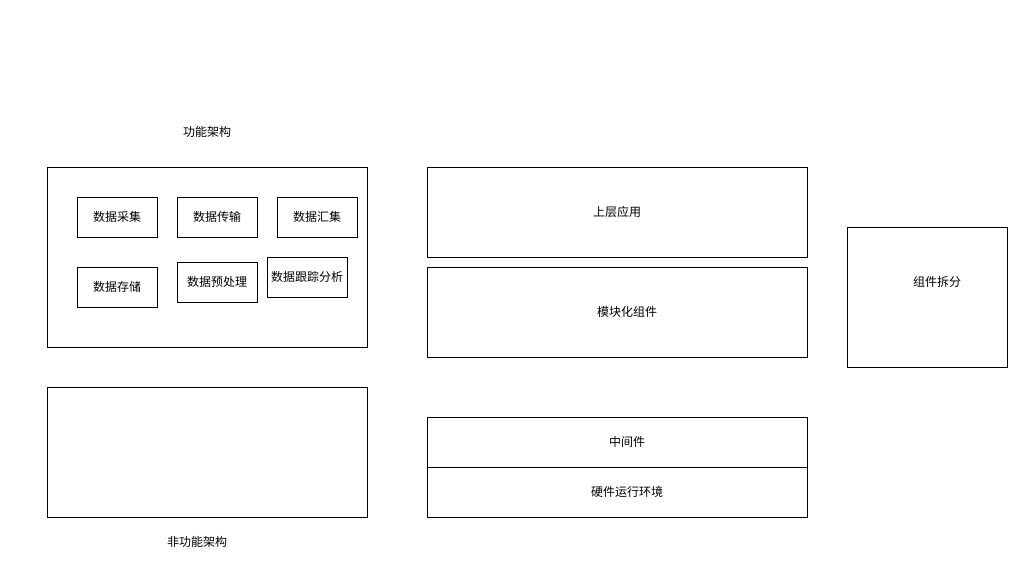
Before: page "第 16 页" (16 of 16) of drawio/eq_network.drawio in raingnight/Blog_Pic, a draw.io diagram. Source tidied: cells renumbered, new cells numbered last; positions are measured from the earlier drawing's top-left corner, leaving out a move shared by most shapes. Both pictures are drawn from the tidied source at 100%, with x=0, y=0 at pixel (47, 117).
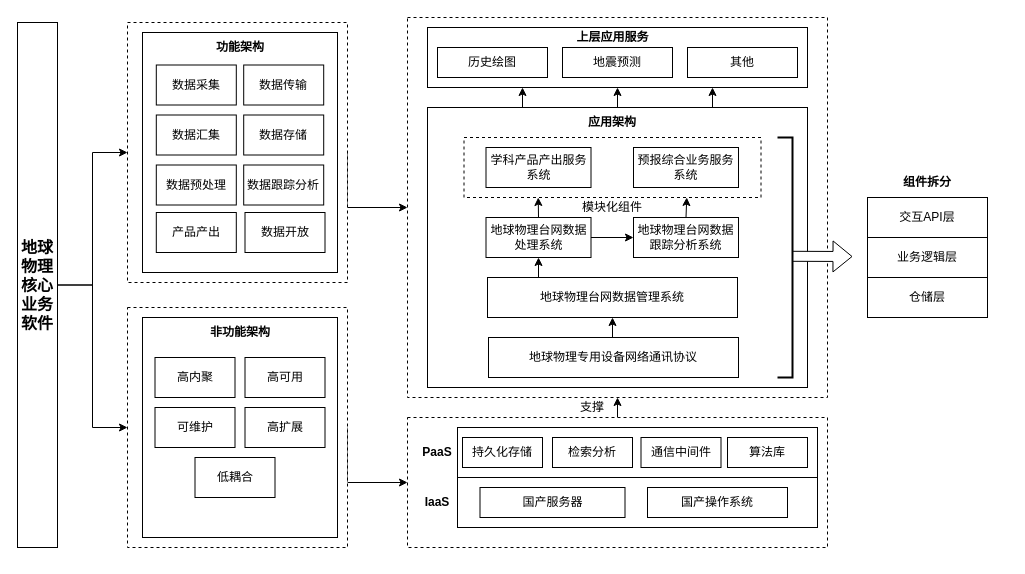
Above is the later version.

The edit, as a diff of the source:
```diff
@@
+    <mxCell id="22" style="edgeStyle=orthogonalEdgeStyle;rounded=0;jettySize=auto;html=1;exitX=0.5;exitY=0;exitDx=0;exitDy=0;entryX=0.5;entryY=1;entryDx=0;entryDy=0;" parent="1" edge="1" source="23" target="24">
+      <mxGeometry relative="1" as="geometry" />
+    </mxCell>
+    <mxCell id="23" style="rounded=0;whiteSpace=wrap;html=1;dashed=1;" parent="1" vertex="1">
+      <mxGeometry x="360" y="300" width="420" height="130" as="geometry" />
+    </mxCell>
+    <mxCell id="24" style="rounded=0;whiteSpace=wrap;html=1;dashed=1;" parent="1" vertex="1">
+      <mxGeometry x="360" y="-100" width="420" height="380" as="geometry" />
+    </mxCell>
+    <mxCell id="25" style="edgeStyle=orthogonalEdgeStyle;rounded=0;jettySize=auto;html=1;exitX=0.25;exitY=0;exitDx=0;exitDy=0;entryX=0.25;entryY=1;entryDx=0;entryDy=0;" parent="1" edge="1" source="7" target="8">
+      <mxGeometry relative="1" as="geometry" />
+    </mxCell>
+    <mxCell id="26" style="edgeStyle=orthogonalEdgeStyle;rounded=0;jettySize=auto;html=1;exitX=0.5;exitY=0;exitDx=0;exitDy=0;entryX=0.5;entryY=1;entryDx=0;entryDy=0;" parent="1" edge="1" source="7" target="8">
+      <mxGeometry relative="1" as="geometry" />
+    </mxCell>
+    <mxCell id="27" style="edgeStyle=orthogonalEdgeStyle;rounded=0;jettySize=auto;html=1;exitX=0.75;exitY=0;exitDx=0;exitDy=0;entryX=0.75;entryY=1;entryDx=0;entryDy=0;" parent="1" edge="1" source="7" target="8">
+      <mxGeometry relative="1" as="geometry" />
+    </mxCell>
+    <mxCell id="7" style="rounded=0;whiteSpace=wrap;html=1;" parent="1" vertex="1">
+      <mxGeometry x="380" y="-10" width="380" height="280" as="geometry" />
+    </mxCell>
+    <mxCell id="28" style="rounded=0;whiteSpace=wrap;html=1;dashed=1;" parent="1" vertex="1">
+      <mxGeometry x="416.5" y="20" width="297" height="60" as="geometry" />
+    </mxCell>
+    <mxCell id="29" style="edgeStyle=orthogonalEdgeStyle;rounded=0;jettySize=auto;html=1;exitX=1;exitY=0.5;exitDx=0;exitDy=0;entryX=0;entryY=0.5;entryDx=0;entryDy=0;" parent="1" edge="1" source="30" target="23">
+      <mxGeometry relative="1" as="geometry">
+        <Array as="points">
+          <mxPoint x="300" y="365" />
+        </Array>
+      </mxGeometry>
+    </mxCell>
+    <mxCell id="30" style="rounded=0;whiteSpace=wrap;html=1;dashed=1;" parent="1" vertex="1">
+      <mxGeometry x="80" y="190" width="220" height="240" as="geometry" />
+    </mxCell>
+    <mxCell id="31" style="edgeStyle=orthogonalEdgeStyle;rounded=0;jettySize=auto;html=1;exitX=1;exitY=0.5;exitDx=0;exitDy=0;" parent="1" edge="1" source="32" target="24">
+      <mxGeometry relative="1" as="geometry">
+        <Array as="points">
+          <mxPoint x="300" y="90" />
+        </Array>
+      </mxGeometry>
+    </mxCell>
+    <mxCell id="32" style="rounded=0;whiteSpace=wrap;html=1;dashed=1;" parent="1" vertex="1">
+      <mxGeometry x="80" y="-95" width="220" height="260" as="geometry" />
+    </mxCell>
     <mxCell id="2" style="rounded=0;whiteSpace=wrap;html=1;" parent="1" vertex="1">
-      <mxGeometry y="50" width="320" height="180" as="geometry" />
+      <mxGeometry x="95" y="-85" width="195" height="240" as="geometry" />
     </mxCell>
     <mxCell id="3" style="rounded=0;whiteSpace=wrap;html=1;" parent="1" vertex="1">
-      <mxGeometry y="270" width="320" height="130" as="geometry" />
+      <mxGeometry x="95" y="200" width="195" height="220" as="geometry" />
     </mxCell>
-    <mxCell id="4" value="功能架构" style="text;html=1;strokeColor=none;fillColor=none;align=center;verticalAlign=middle;whiteSpace=wrap;rounded=0;" parent="1" vertex="1">
-      <mxGeometry x="130" width="60" height="30" as="geometry" />
+    <mxCell id="4" value="功能架构" style="text;html=1;strokeColor=none;fillColor=none;align=center;verticalAlign=middle;whiteSpace=wrap;rounded=0;fontStyle=1;" parent="1" vertex="1">
+      <mxGeometry x="162.5" y="-85" width="60" height="30" as="geometry" />
     </mxCell>
-    <mxCell id="5" value="非功能架构" style="text;html=1;strokeColor=none;fillColor=none;align=center;verticalAlign=middle;whiteSpace=wrap;rounded=0;" parent="1" vertex="1">
-      <mxGeometry x="95" y="410" width="110" height="30" as="geometry" />
+    <mxCell id="5" value="非功能架构" style="text;html=1;strokeColor=none;fillColor=none;align=center;verticalAlign=middle;whiteSpace=wrap;rounded=0;fontStyle=1;" parent="1" vertex="1">
+      <mxGeometry x="137.5" y="200" width="110" height="30" as="geometry" />
     </mxCell>
     <mxCell id="6" style="rounded=0;whiteSpace=wrap;html=1;" parent="1" vertex="1">
-      <mxGeometry x="380" y="350" width="380" height="50" as="geometry" />
+      <mxGeometry x="410" y="360" width="360" height="50" as="geometry" />
     </mxCell>
-    <mxCell id="7" style="rounded=0;whiteSpace=wrap;html=1;" parent="1" vertex="1">
-      <mxGeometry x="380" y="150" width="380" height="90" as="geometry" />
-    </mxCell>
     <mxCell id="8" style="rounded=0;whiteSpace=wrap;html=1;" parent="1" vertex="1">
-      <mxGeometry x="380" y="50" width="380" height="90" as="geometry" />
+      <mxGeometry x="380" y="-90" width="380" height="60" as="geometry" />
     </mxCell>
-    <mxCell id="9" value="上层应用" style="text;html=1;strokeColor=none;fillColor=none;align=center;verticalAlign=middle;whiteSpace=wrap;rounded=0;" parent="1" vertex="1">
-      <mxGeometry x="540" y="80" width="60" height="30" as="geometry" />
+    <mxCell id="9" value="上层应用服务" style="text;html=1;strokeColor=none;fillColor=none;align=center;verticalAlign=middle;whiteSpace=wrap;rounded=0;fontStyle=1;" parent="1" vertex="1">
+      <mxGeometry x="512.5" y="-95" width="105" height="30" as="geometry" />
     </mxCell>
     <mxCell id="10" value="模块化组件" style="text;html=1;strokeColor=none;fillColor=none;align=center;verticalAlign=middle;whiteSpace=wrap;rounded=0;" parent="1" vertex="1">
-      <mxGeometry x="540" y="180" width="80" height="30" as="geometry" />
+      <mxGeometry x="525" y="75" width="80" height="30" as="geometry" />
     </mxCell>
     <mxCell id="11" style="rounded=0;whiteSpace=wrap;html=1;" parent="1" vertex="1">
-      <mxGeometry x="380" y="300" width="380" height="50" as="geometry" />
+      <mxGeometry x="410" y="310" width="360" height="50" as="geometry" />
     </mxCell>
-    <mxCell id="12" value="中间件" style="text;html=1;strokeColor=none;fillColor=none;align=center;verticalAlign=middle;whiteSpace=wrap;rounded=0;" parent="1" vertex="1">
-      <mxGeometry x="520" y="310" width="120" height="30" as="geometry" />
-    </mxCell>
-    <mxCell id="13" value="硬件运行环境" style="text;html=1;strokeColor=none;fillColor=none;align=center;verticalAlign=middle;whiteSpace=wrap;rounded=0;" parent="1" vertex="1">
-      <mxGeometry x="520" y="360" width="120" height="30" as="geometry" />
-    </mxCell>
-    <mxCell id="14" style="rounded=0;whiteSpace=wrap;html=1;" parent="1" vertex="1">
-      <mxGeometry x="800" y="110" width="160" height="140" as="geometry" />
+    <mxCell id="14" value="交互API层" style="rounded=0;whiteSpace=wrap;html=1;" parent="1" vertex="1">
+      <mxGeometry x="820" y="80" width="120" height="40" as="geometry" />
     </mxCell>
-    <mxCell id="15" value="组件拆分" style="text;html=1;strokeColor=none;fillColor=none;align=center;verticalAlign=middle;whiteSpace=wrap;rounded=0;" parent="1" vertex="1">
-      <mxGeometry x="850" y="150" width="80" height="30" as="geometry" />
+    <mxCell id="15" value="组件拆分" style="text;html=1;strokeColor=none;fillColor=none;align=center;verticalAlign=middle;whiteSpace=wrap;rounded=0;fontStyle=1;" parent="1" vertex="1">
+      <mxGeometry x="840" y="50" width="80" height="30" as="geometry" />
     </mxCell>
     <mxCell id="16" value="数据采集" style="rounded=0;whiteSpace=wrap;html=1;" parent="1" vertex="1">
-      <mxGeometry x="30" y="80" width="80" height="40" as="geometry" />
+      <mxGeometry x="108.8" y="-52.5" width="80" height="40" as="geometry" />
     </mxCell>
     <mxCell id="17" value="数据传输" style="rounded=0;whiteSpace=wrap;html=1;" parent="1" vertex="1">
-      <mxGeometry x="130" y="80" width="80" height="40" as="geometry" />
+      <mxGeometry x="196.2" y="-52.5" width="80" height="40" as="geometry" />
     </mxCell>
     <mxCell id="18" value="数据汇集" style="rounded=0;whiteSpace=wrap;html=1;" parent="1" vertex="1">
-      <mxGeometry x="230" y="80" width="80" height="40" as="geometry" />
+      <mxGeometry x="108.8" y="-2.5" width="80" height="40" as="geometry" />
     </mxCell>
     <mxCell id="19" value="数据存储" style="rounded=0;whiteSpace=wrap;html=1;" parent="1" vertex="1">
-      <mxGeometry x="30" y="150" width="80" height="40" as="geometry" />
+      <mxGeometry x="196.2" y="-2.5" width="80" height="40" as="geometry" />
     </mxCell>
     <mxCell id="20" value="数据预处理" style="rounded=0;whiteSpace=wrap;html=1;" parent="1" vertex="1">
-      <mxGeometry x="130" y="145" width="80" height="40" as="geometry" />
+      <mxGeometry x="108.8" y="47.5" width="80" height="40" as="geometry" />
     </mxCell>
     <mxCell id="21" value="数据跟踪分析" style="rounded=0;whiteSpace=wrap;html=1;" parent="1" vertex="1">
-      <mxGeometry x="220" y="140" width="80" height="40" as="geometry" />
+      <mxGeometry x="196.2" y="47.5" width="80" height="40" as="geometry" />
     </mxCell>
+    <mxCell id="33" value="产品产出" style="rounded=0;whiteSpace=wrap;html=1;" parent="1" vertex="1">
+      <mxGeometry x="108.8" y="95" width="80" height="40" as="geometry" />
+    </mxCell>
+    <mxCell id="34" value="高可用" style="rounded=0;whiteSpace=wrap;html=1;" parent="1" vertex="1">
+      <mxGeometry x="197.5" y="240" width="80" height="40" as="geometry" />
+    </mxCell>
+    <mxCell id="35" value="高扩展" style="rounded=0;whiteSpace=wrap;html=1;" parent="1" vertex="1">
+      <mxGeometry x="197.5" y="290" width="80" height="40" as="geometry" />
+    </mxCell>
+    <mxCell id="36" value="低耦合" style="rounded=0;whiteSpace=wrap;html=1;" parent="1" vertex="1">
+      <mxGeometry x="147.5" y="340" width="80" height="40" as="geometry" />
+    </mxCell>
+    <mxCell id="37" value="高内聚" style="rounded=0;whiteSpace=wrap;html=1;" parent="1" vertex="1">
+      <mxGeometry x="107.5" y="240" width="80" height="40" as="geometry" />
+    </mxCell>
+    <mxCell id="38" value="可维护" style="rounded=0;whiteSpace=wrap;html=1;" parent="1" vertex="1">
+      <mxGeometry x="107.5" y="290" width="80" height="40" as="geometry" />
+    </mxCell>
+    <mxCell id="39" value="历史绘图" style="rounded=0;whiteSpace=wrap;html=1;" parent="1" vertex="1">
+      <mxGeometry x="390" y="-70" width="110" height="30" as="geometry" />
+    </mxCell>
+    <mxCell id="40" value="地震预测" style="rounded=0;whiteSpace=wrap;html=1;" parent="1" vertex="1">
+      <mxGeometry x="515" y="-70" width="110" height="30" as="geometry" />
+    </mxCell>
+    <mxCell id="41" value="其他" style="rounded=0;whiteSpace=wrap;html=1;" parent="1" vertex="1">
+      <mxGeometry x="640" y="-70" width="110" height="30" as="geometry" />
+    </mxCell>
+    <mxCell id="42" value="业务逻辑层" style="rounded=0;whiteSpace=wrap;html=1;" parent="1" vertex="1">
+      <mxGeometry x="820" y="120" width="120" height="40" as="geometry" />
+    </mxCell>
+    <mxCell id="43" value="仓储层" style="rounded=0;whiteSpace=wrap;html=1;" parent="1" vertex="1">
+      <mxGeometry x="820" y="160" width="120" height="40" as="geometry" />
+    </mxCell>
+    <mxCell id="44" value="持久化存储" style="rounded=0;whiteSpace=wrap;html=1;" parent="1" vertex="1">
+      <mxGeometry x="415" y="320" width="80" height="30" as="geometry" />
+    </mxCell>
+    <mxCell id="45" value="检索分析" style="rounded=0;whiteSpace=wrap;html=1;" parent="1" vertex="1">
+      <mxGeometry x="505" y="320" width="80" height="30" as="geometry" />
+    </mxCell>
+    <mxCell id="46" value="通信中间件" style="rounded=0;whiteSpace=wrap;html=1;" parent="1" vertex="1">
+      <mxGeometry x="593.5" y="320" width="80" height="30" as="geometry" />
+    </mxCell>
+    <mxCell id="47" value="算法库" style="rounded=0;whiteSpace=wrap;html=1;" parent="1" vertex="1">
+      <mxGeometry x="680" y="320" width="80" height="30" as="geometry" />
+    </mxCell>
+    <mxCell id="48" value="国产服务器" style="rounded=0;whiteSpace=wrap;html=1;" parent="1" vertex="1">
+      <mxGeometry x="432.5" y="370" width="145" height="30" as="geometry" />
+    </mxCell>
+    <mxCell id="49" value="国产操作系统" style="rounded=0;whiteSpace=wrap;html=1;" parent="1" vertex="1">
+      <mxGeometry x="600" y="370" width="140" height="30" as="geometry" />
+    </mxCell>
+    <mxCell id="50" style="edgeStyle=orthogonalEdgeStyle;rounded=0;jettySize=auto;html=1;exitX=1;exitY=0.5;exitDx=0;exitDy=0;entryX=0;entryY=0.5;entryDx=0;entryDy=0;" parent="1" edge="1" source="52" target="32">
+      <mxGeometry relative="1" as="geometry" />
+    </mxCell>
+    <mxCell id="51" style="edgeStyle=orthogonalEdgeStyle;rounded=0;jettySize=auto;html=1;exitX=1;exitY=0.5;exitDx=0;exitDy=0;" parent="1" edge="1" source="52" target="30">
+      <mxGeometry relative="1" as="geometry" />
+    </mxCell>
+    <mxCell id="52" value="地球物理核心&lt;br style=&quot;font-size: 16px;&quot;&gt;业务软件" style="rounded=0;whiteSpace=wrap;html=1;fontSize=16;fontStyle=1;" parent="1" vertex="1">
+      <mxGeometry x="-30" y="-95" width="40" height="525" as="geometry" />
+    </mxCell>
+    <mxCell id="53" value="应用架构" style="text;html=1;strokeColor=none;fillColor=none;align=center;verticalAlign=middle;whiteSpace=wrap;rounded=0;fontStyle=1;" parent="1" vertex="1">
+      <mxGeometry x="535" y="-10" width="60" height="30" as="geometry" />
+    </mxCell>
+    <mxCell id="54" value="学科产品产出服务系统" style="rounded=0;whiteSpace=wrap;html=1;" parent="1" vertex="1">
+      <mxGeometry x="438.5" y="30" width="105" height="40" as="geometry" />
+    </mxCell>
+    <mxCell id="55" value="预报综合业务服务&lt;br style=&quot;border-color: var(--border-color);&quot;&gt;系统" style="rounded=0;whiteSpace=wrap;html=1;" parent="1" vertex="1">
+      <mxGeometry x="586" y="30" width="105" height="40" as="geometry" />
+    </mxCell>
+    <mxCell id="56" style="edgeStyle=orthogonalEdgeStyle;rounded=0;jettySize=auto;html=1;exitX=1;exitY=0.5;exitDx=0;exitDy=0;entryX=0;entryY=0.5;entryDx=0;entryDy=0;" parent="1" edge="1" source="58" target="60">
+      <mxGeometry relative="1" as="geometry" />
+    </mxCell>
+    <mxCell id="57" style="edgeStyle=orthogonalEdgeStyle;rounded=0;jettySize=auto;html=1;exitX=0.5;exitY=0;exitDx=0;exitDy=0;entryX=0.25;entryY=1;entryDx=0;entryDy=0;" parent="1" edge="1" source="58" target="28">
+      <mxGeometry relative="1" as="geometry" />
+    </mxCell>
+    <mxCell id="58" value="地球物理台网数据处理系统" style="rounded=0;whiteSpace=wrap;html=1;" parent="1" vertex="1">
+      <mxGeometry x="438.5" y="100" width="105" height="40" as="geometry" />
+    </mxCell>
+    <mxCell id="59" style="edgeStyle=orthogonalEdgeStyle;rounded=0;jettySize=auto;html=1;exitX=0.5;exitY=0;exitDx=0;exitDy=0;entryX=0.75;entryY=1;entryDx=0;entryDy=0;" parent="1" edge="1" source="60" target="28">
+      <mxGeometry relative="1" as="geometry" />
+    </mxCell>
+    <mxCell id="60" value="地球物理台网数据跟踪分析系统" style="rounded=0;whiteSpace=wrap;html=1;" parent="1" vertex="1">
+      <mxGeometry x="586" y="100" width="105" height="40" as="geometry" />
+    </mxCell>
+    <mxCell id="61" style="edgeStyle=orthogonalEdgeStyle;rounded=0;jettySize=auto;html=1;exitX=0.5;exitY=0;exitDx=0;exitDy=0;entryX=0.5;entryY=1;entryDx=0;entryDy=0;" parent="1" edge="1" source="62" target="58">
+      <mxGeometry relative="1" as="geometry">
+        <Array as="points">
+          <mxPoint x="491" y="160" />
+        </Array>
+      </mxGeometry>
+    </mxCell>
+    <mxCell id="62" value="地球物理台网数据管理系统" style="rounded=0;whiteSpace=wrap;html=1;" parent="1" vertex="1">
+      <mxGeometry x="440" y="160" width="250" height="40" as="geometry" />
+    </mxCell>
+    <mxCell id="63" style="edgeStyle=orthogonalEdgeStyle;rounded=0;jettySize=auto;html=1;exitX=0.5;exitY=0;exitDx=0;exitDy=0;entryX=0.5;entryY=1;entryDx=0;entryDy=0;" parent="1" edge="1" source="64" target="62">
+      <mxGeometry relative="1" as="geometry" />
+    </mxCell>
+    <mxCell id="64" value="地球物理专用设备网络通讯协议" style="rounded=0;whiteSpace=wrap;html=1;" parent="1" vertex="1">
+      <mxGeometry x="441" y="220" width="250" height="40" as="geometry" />
+    </mxCell>
+    <mxCell id="65" value="PaaS" style="text;html=1;strokeColor=none;fillColor=none;align=center;verticalAlign=middle;whiteSpace=wrap;rounded=0;fontStyle=1;" parent="1" vertex="1">
+      <mxGeometry x="360" y="320" width="60" height="30" as="geometry" />
+    </mxCell>
+    <mxCell id="66" value="IaaS" style="text;html=1;strokeColor=none;fillColor=none;align=center;verticalAlign=middle;whiteSpace=wrap;rounded=0;fontStyle=1;" parent="1" vertex="1">
+      <mxGeometry x="360" y="370" width="60" height="30" as="geometry" />
+    </mxCell>
+    <mxCell id="67" style="strokeWidth=2;html=1;shape=mxgraph.flowchart.annotation_2;align=left;labelPosition=right;rotation=-180;" parent="1" vertex="1">
+      <mxGeometry x="730" y="20" width="30" height="240" as="geometry" />
+    </mxCell>
+    <mxCell id="68" style="shape=flexArrow;endArrow=classic;html=1;rounded=0;labelBackgroundColor=#000000;fillColor=default;" parent="1" edge="1">
+      <mxGeometry relative="1" as="geometry">
+        <mxPoint x="745" y="138.8" as="sourcePoint" />
+        <mxPoint x="805" y="139" as="targetPoint" />
+      </mxGeometry>
+    </mxCell>
+    <mxCell id="69" value="数据开放" style="rounded=0;whiteSpace=wrap;html=1;" parent="1" vertex="1">
+      <mxGeometry x="197.5" y="95" width="80" height="40" as="geometry" />
+    </mxCell>
+    <mxCell id="70" value="支撑" style="text;html=1;strokeColor=none;fillColor=none;align=center;verticalAlign=middle;whiteSpace=wrap;rounded=0;" parent="1" vertex="1">
+      <mxGeometry x="515" y="275" width="60" height="30" as="geometry" />
+    </mxCell>
```
